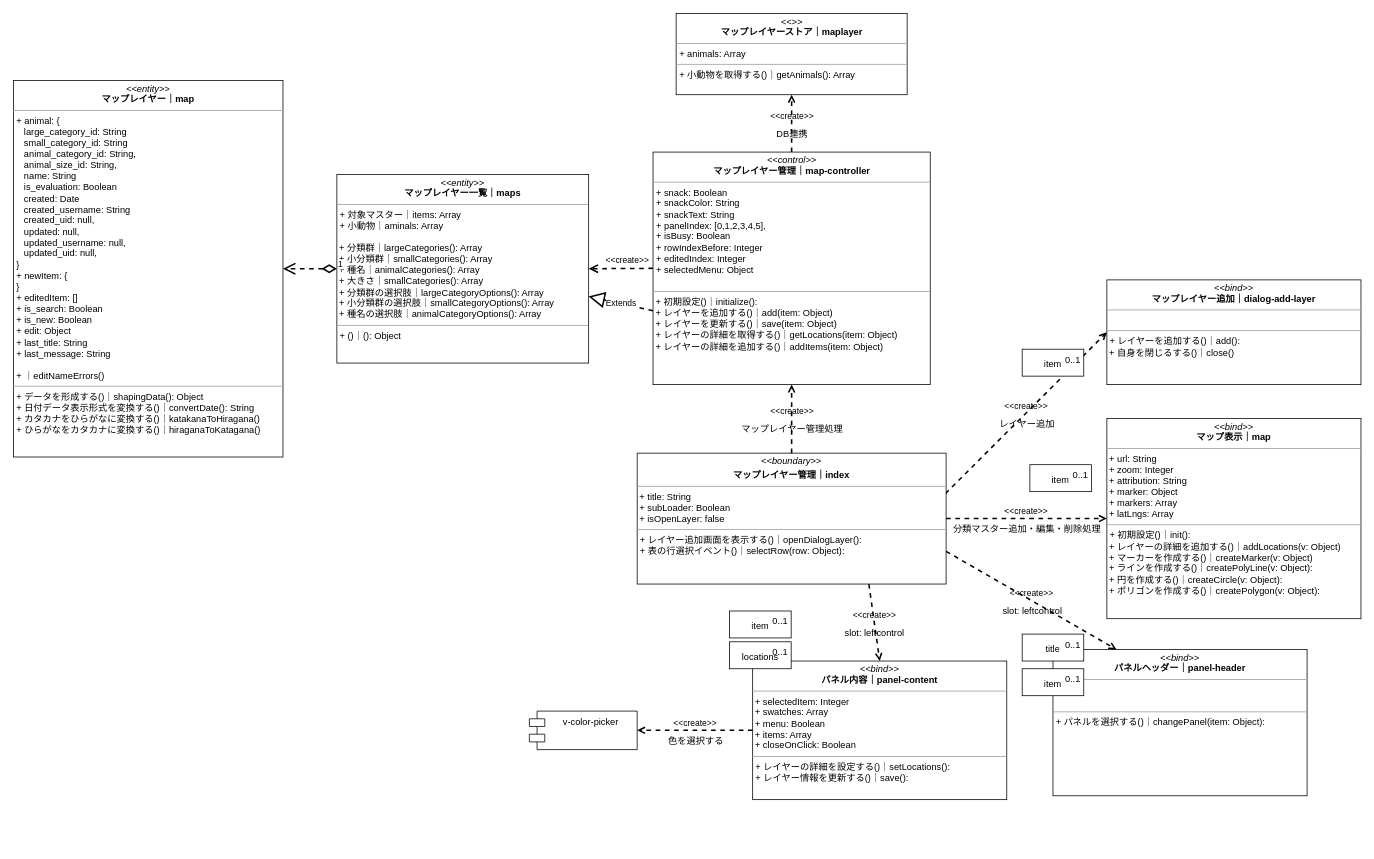
The draw.io diagram iriomote-anymaps.drawio in kaoru387/draw.io, before the edit. Source tidied: cells renumbered, new cells numbered last; positions are measured from the earlier drawing's top-left corner, leaving out a move shared by most shapes. Both pictures are drawn from the tidied source at 77%, with x=0, y=0 at pixel (13, 13).
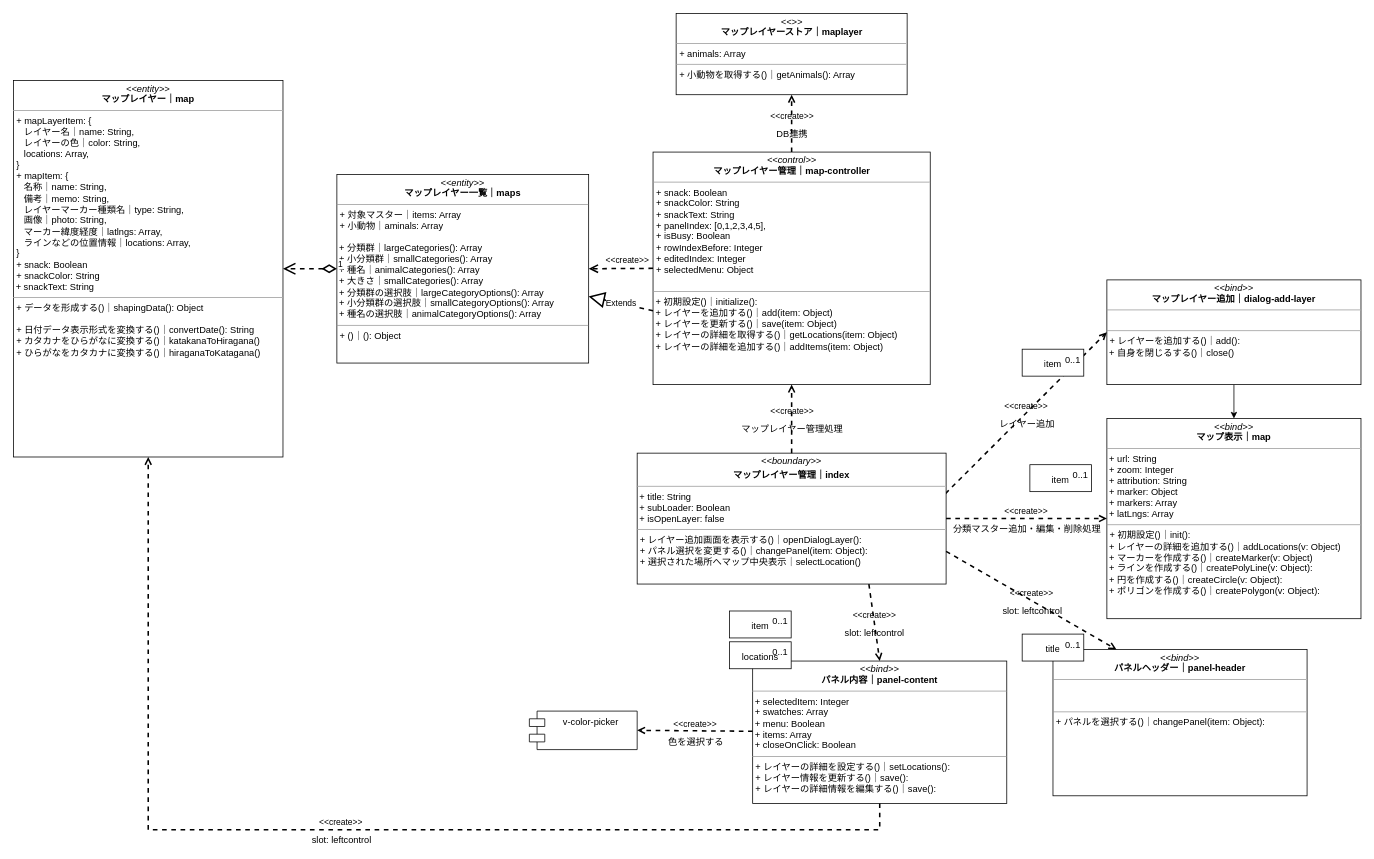
After the change.

Commit message (it also covers changes not shown here):
iriomote-anymaps.drawio を更新します

Unchanged cells that the change refers to:
```xml
<mxCell id="5" value="&lt;p style=&quot;margin:0px;margin-top:4px;text-align:center;&quot;&gt;&lt;i&gt;&amp;lt;&amp;lt;bind&amp;gt;&amp;gt;&lt;/i&gt;&lt;br&gt;&lt;b&gt;マップレイヤー追加｜&lt;/b&gt;&lt;b style=&quot;background-color: initial;&quot;&gt;dialog-add-layer&lt;/b&gt;&lt;/p&gt;&lt;hr size=&quot;1&quot;&gt;&lt;div&gt;&lt;/div&gt;&lt;br&gt;&lt;hr size=&quot;1&quot;&gt;&lt;p style=&quot;margin:0px;margin-left:4px;&quot;&gt;+ レイヤーを追加する()｜add():&amp;nbsp;&lt;/p&gt;&amp;nbsp;+ 自身を閉じるする()｜close()" style="verticalAlign=top;align=left;overflow=fill;fontSize=12;fontFamily=Helvetica;html=1;" parent="1" vertex="1">
  <mxGeometry x="1420" y="346" width="330" height="136" as="geometry" />
</mxCell>
<mxCell id="8" value="&lt;p style=&quot;margin:0px;margin-top:4px;text-align:center;&quot;&gt;&lt;i&gt;&amp;lt;&amp;lt;bind&amp;gt;&amp;gt;&lt;/i&gt;&lt;br&gt;&lt;b&gt;マップ表示｜&lt;/b&gt;&lt;b style=&quot;background-color: initial;&quot;&gt;map&lt;/b&gt;&lt;/p&gt;&lt;hr size=&quot;1&quot;&gt;&lt;div&gt;&lt;span style=&quot;background-color: initial;&quot;&gt;&amp;nbsp;+ url: String&lt;/span&gt;&lt;/div&gt;&lt;div&gt;&amp;nbsp;+ zoom: Integer&lt;/div&gt;&amp;nbsp;+&amp;nbsp;&lt;span style=&quot;background-color: initial;&quot;&gt;attribution: String&lt;/span&gt;&lt;br&gt;&amp;nbsp;+&amp;nbsp;&lt;span style=&quot;background-color: initial;&quot;&gt;marker: Object&lt;/span&gt;&lt;br&gt;&amp;nbsp;+&amp;nbsp;&lt;span style=&quot;background-color: initial;&quot;&gt;markers: Array&lt;/span&gt;&lt;br&gt;&amp;nbsp;+&amp;nbsp;&lt;span style=&quot;background-color: initial;&quot;&gt;latLngs: Array&lt;/span&gt;&lt;br&gt;&lt;hr size=&quot;1&quot;&gt;&lt;p style=&quot;margin:0px;margin-left:4px;&quot;&gt;+ 初期設定()｜init():&amp;nbsp;&lt;/p&gt;&amp;nbsp;+ レイヤーの詳細を追加する()｜addLocations(v: Object)&lt;br&gt;&amp;nbsp;+ マーカーを作成する()｜createMarker(v: Object)&lt;br&gt;&amp;nbsp;+ ラインを作成する()｜createPolyLine(v: Object):&amp;nbsp;&lt;br&gt;&amp;nbsp;+ 円を作成する()｜createCircle(v: Object):&amp;nbsp;&lt;br&gt;&amp;nbsp;+ ポリゴンを作成する()｜createPolygon(v: Object):&amp;nbsp;" style="verticalAlign=top;align=left;overflow=fill;fontSize=12;fontFamily=Helvetica;html=1;" parent="1" vertex="1">
  <mxGeometry x="1420" y="526" width="330" height="260" as="geometry" />
</mxCell>
```

Change to the diagram source:
```diff
@@
-    <mxCell id="3" value="&lt;p style=&quot;margin:0px;margin-top:4px;text-align:center;&quot;&gt;&lt;i&gt;&amp;lt;&amp;lt;entity&amp;gt;&amp;gt;&lt;/i&gt;&lt;br&gt;&lt;b&gt;マップレイヤー｜map&lt;/b&gt;&lt;/p&gt;&lt;hr size=&quot;1&quot;&gt;&lt;p style=&quot;margin:0px;margin-left:4px;&quot;&gt;&lt;span style=&quot;background-color: initial;&quot;&gt;+ animal: {&amp;nbsp;&lt;/span&gt;&lt;/p&gt;&lt;p style=&quot;margin:0px;margin-left:4px;&quot;&gt;&amp;nbsp; &amp;nbsp;large_category_id: String&lt;/p&gt;&lt;p style=&quot;margin:0px;margin-left:4px;&quot;&gt;&amp;nbsp; &amp;nbsp;small_category_id: String&lt;/p&gt;&lt;p style=&quot;margin:0px;margin-left:4px;&quot;&gt;&amp;nbsp; &amp;nbsp;animal_category_id: String,&lt;/p&gt;&lt;p style=&quot;margin:0px;margin-left:4px;&quot;&gt;&amp;nbsp; &amp;nbsp;animal_size_id: String,&lt;/p&gt;&lt;p style=&quot;margin:0px;margin-left:4px;&quot;&gt;&amp;nbsp; &amp;nbsp;name: String&lt;/p&gt;&lt;p style=&quot;margin:0px;margin-left:4px;&quot;&gt;&lt;span style=&quot;background-color: initial;&quot;&gt;&amp;nbsp; &amp;nbsp;is_evaluation: Boolean&lt;/span&gt;&lt;br&gt;&lt;/p&gt;&lt;p style=&quot;margin:0px;margin-left:4px;&quot;&gt;&amp;nbsp; &amp;nbsp;created: Date&lt;/p&gt;&lt;p style=&quot;margin:0px;margin-left:4px;&quot;&gt;&amp;nbsp; &amp;nbsp;created_username: String&lt;/p&gt;&lt;p style=&quot;margin:0px;margin-left:4px;&quot;&gt;&amp;nbsp; &amp;nbsp;created_uid: null,&lt;/p&gt;&lt;p style=&quot;margin:0px;margin-left:4px;&quot;&gt;&amp;nbsp; &amp;nbsp;updated: null,&lt;/p&gt;&lt;p style=&quot;margin:0px;margin-left:4px;&quot;&gt;&amp;nbsp; &amp;nbsp;updated_username: null,&lt;/p&gt;&lt;p style=&quot;margin:0px;margin-left:4px;&quot;&gt;&amp;nbsp; &amp;nbsp;updated_uid: null,&lt;/p&gt;&lt;p style=&quot;margin:0px;margin-left:4px;&quot;&gt;}&lt;/p&gt;&lt;p style=&quot;margin: 0px 0px 0px 4px;&quot;&gt;+&amp;nbsp;newItem: {&lt;/p&gt;&lt;p style=&quot;margin: 0px 0px 0px 4px;&quot;&gt;}&lt;/p&gt;&lt;p style=&quot;margin: 0px 0px 0px 4px;&quot;&gt;&lt;span style=&quot;background-color: initial;&quot;&gt;+ editedItem: []&lt;/span&gt;&lt;/p&gt;&lt;p style=&quot;margin: 0px 0px 0px 4px;&quot;&gt;+&amp;nbsp;is_search: Boolean&lt;/p&gt;&lt;p style=&quot;margin: 0px 0px 0px 4px;&quot;&gt;+&amp;nbsp;is_new: Boolean&lt;br&gt;&lt;/p&gt;&lt;p style=&quot;margin: 0px 0px 0px 4px;&quot;&gt;+&amp;nbsp;edit: Object&lt;br&gt;&lt;/p&gt;&lt;p style=&quot;margin: 0px 0px 0px 4px;&quot;&gt;+&amp;nbsp;last_title: String&lt;/p&gt;&lt;p style=&quot;margin: 0px 0px 0px 4px;&quot;&gt;+&amp;nbsp;last_message: String&lt;/p&gt;&lt;p style=&quot;margin: 0px 0px 0px 4px;&quot;&gt;&lt;br&gt;&lt;/p&gt;&lt;p style=&quot;margin: 0px 0px 0px 4px;&quot;&gt;+ ｜editNameErrors()&lt;/p&gt;&lt;hr size=&quot;1&quot;&gt;&lt;p style=&quot;margin:0px;margin-left:4px;&quot;&gt;+ データを形成する()｜shapingData(): Object&lt;br&gt;&lt;/p&gt;&lt;p style=&quot;margin:0px;margin-left:4px;&quot;&gt;+ 日付データ表示形式を変換する()｜convertDate(): String&lt;br&gt;&lt;/p&gt;&lt;p style=&quot;margin:0px;margin-left:4px;&quot;&gt;+ カタカナをひらがなに変換する()｜katakanaToHiragana()&lt;/p&gt;&lt;p style=&quot;margin:0px;margin-left:4px;&quot;&gt;+ ひらがなをカタカナ&lt;span style=&quot;background-color: initial;&quot;&gt;に変換する()｜hiraganaToKatagana()&lt;/span&gt;&lt;/p&gt;" style="verticalAlign=top;align=left;overflow=fill;fontSize=12;fontFamily=Helvetica;html=1;" parent="1" vertex="1">
+    <mxCell id="3" value="&lt;p style=&quot;margin:0px;margin-top:4px;text-align:center;&quot;&gt;&lt;i&gt;&amp;lt;&amp;lt;entity&amp;gt;&amp;gt;&lt;/i&gt;&lt;br&gt;&lt;b&gt;マップレイヤー｜map&lt;/b&gt;&lt;/p&gt;&lt;hr size=&quot;1&quot;&gt;&lt;p style=&quot;margin:0px;margin-left:4px;&quot;&gt;&lt;span style=&quot;background-color: initial;&quot;&gt;+ mapLayerItem: {&amp;nbsp;&lt;/span&gt;&lt;/p&gt;&lt;p style=&quot;margin:0px;margin-left:4px;&quot;&gt;&lt;span style=&quot;background-color: initial;&quot;&gt;&amp;nbsp; &amp;nbsp;レイヤー名｜name: String,&lt;/span&gt;&lt;br&gt;&lt;/p&gt;&lt;p style=&quot;margin:0px;margin-left:4px;&quot;&gt;&lt;span style=&quot;background-color: initial;&quot;&gt;&amp;nbsp; &amp;nbsp;レイヤーの色｜color: String,&lt;/span&gt;&lt;br&gt;&lt;/p&gt;&lt;p style=&quot;margin:0px;margin-left:4px;&quot;&gt;&lt;span style=&quot;background-color: initial;&quot;&gt;&amp;nbsp; &amp;nbsp;locations: Array,&lt;/span&gt;&lt;br&gt;&lt;/p&gt;&lt;p style=&quot;margin:0px;margin-left:4px;&quot;&gt;}&lt;/p&gt;&lt;p style=&quot;margin: 0px 0px 0px 4px;&quot;&gt;+&amp;nbsp;mapItem: {&lt;/p&gt;&lt;p style=&quot;margin: 0px 0px 0px 4px;&quot;&gt;&amp;nbsp; &amp;nbsp;名称｜name: String,&lt;br&gt;&lt;/p&gt;&lt;p style=&quot;margin: 0px 0px 0px 4px;&quot;&gt;&amp;nbsp; &amp;nbsp;備考｜memo: String,&lt;br&gt;&lt;/p&gt;&lt;p style=&quot;margin: 0px 0px 0px 4px;&quot;&gt;&amp;nbsp; &amp;nbsp;レイヤーマーカー種類名｜type: String,&lt;br&gt;&lt;/p&gt;&lt;p style=&quot;margin: 0px 0px 0px 4px;&quot;&gt;&amp;nbsp; &amp;nbsp;画像｜photo: String,&lt;br&gt;&lt;/p&gt;&lt;p style=&quot;margin: 0px 0px 0px 4px;&quot;&gt;&amp;nbsp; &amp;nbsp;マーカー緯度経度｜latlngs: Array,&lt;br&gt;&lt;/p&gt;&lt;p style=&quot;margin: 0px 0px 0px 4px;&quot;&gt;&amp;nbsp; &amp;nbsp;ラインなどの位置情報｜locations: Array,&lt;br&gt;&lt;/p&gt;&lt;p style=&quot;margin: 0px 0px 0px 4px;&quot;&gt;}&lt;/p&gt;&lt;p style=&quot;margin: 0px 0px 0px 4px;&quot;&gt;&lt;span style=&quot;background-color: initial;&quot;&gt;+&amp;nbsp;snack: Boolean&lt;/span&gt;&lt;br&gt;&lt;/p&gt;&lt;p style=&quot;margin: 0px 0px 0px 4px;&quot;&gt;+&amp;nbsp;snackColor: String&lt;span style=&quot;background-color: initial;&quot;&gt;&lt;br&gt;&lt;/span&gt;&lt;/p&gt;&amp;nbsp;+&amp;nbsp;snackText&lt;span style=&quot;background-color: initial;&quot;&gt;: String&lt;/span&gt;&lt;br&gt;&lt;hr size=&quot;1&quot;&gt;&lt;p style=&quot;margin:0px;margin-left:4px;&quot;&gt;+ データを形成する()｜shapingData(): Object&lt;br&gt;&lt;/p&gt;&lt;p style=&quot;margin:0px;margin-left:4px;&quot;&gt;&lt;br&gt;&lt;/p&gt;&lt;p style=&quot;margin:0px;margin-left:4px;&quot;&gt;+ 日付データ表示形式を変換する()｜convertDate(): String&lt;br&gt;&lt;/p&gt;&lt;p style=&quot;margin:0px;margin-left:4px;&quot;&gt;+ カタカナをひらがなに変換する()｜katakanaToHiragana()&lt;/p&gt;&lt;p style=&quot;margin:0px;margin-left:4px;&quot;&gt;+ ひらがなをカタカナ&lt;span style=&quot;background-color: initial;&quot;&gt;に変換する()｜hiraganaToKatagana()&lt;/span&gt;&lt;/p&gt;" style="verticalAlign=top;align=left;overflow=fill;fontSize=12;fontFamily=Helvetica;html=1;" parent="1" vertex="1">
       <mxGeometry y="87" width="350" height="489" as="geometry" />
     </mxCell>
@@
+    <mxCell id="41" style="edgeStyle=orthogonalEdgeStyle;rounded=0;jettySize=auto;html=1;" parent="1" edge="1" source="5" target="8">
+      <mxGeometry relative="1" as="geometry" />
+    </mxCell>
@@
-    <mxCell id="9" value="&lt;p style=&quot;margin:0px;margin-top:4px;text-align:center;&quot;&gt;&lt;i&gt;&amp;lt;&amp;lt;boundary&amp;gt;&amp;gt;&lt;/i&gt;&lt;b&gt;&lt;br&gt;&lt;/b&gt;&lt;/p&gt;&lt;p style=&quot;margin:0px;margin-top:4px;text-align:center;&quot;&gt;&lt;b&gt;マップレイヤー管理｜index&lt;/b&gt;&lt;/p&gt;&lt;hr size=&quot;1&quot;&gt;&lt;div&gt;&amp;nbsp;+ title: String&lt;/div&gt;&lt;div&gt;&lt;span style=&quot;background-color: initial;&quot;&gt;&amp;nbsp;+ subLoader: Boolean&lt;/span&gt;&lt;/div&gt;&lt;div&gt;&lt;span style=&quot;background-color: initial;&quot;&gt;&amp;nbsp;+ isOpenLayer: false&lt;/span&gt;&lt;/div&gt;&lt;hr size=&quot;1&quot;&gt;&lt;p style=&quot;margin:0px;margin-left:4px;&quot;&gt;+ レイヤー追加画面を表示する()｜openDialogLayer():&amp;nbsp;&lt;span style=&quot;background-color: initial;&quot;&gt;&lt;br&gt;&lt;/span&gt;&lt;/p&gt;&lt;p style=&quot;margin:0px;margin-left:4px;&quot;&gt;+ 表の行選択イベント()｜selectRow(row: Object):&amp;nbsp;&lt;br&gt;&lt;/p&gt;&lt;p style=&quot;margin:0px;margin-left:4px;&quot;&gt;&lt;/p&gt;" style="verticalAlign=top;align=left;overflow=fill;fontSize=12;fontFamily=Helvetica;html=1;" parent="1" vertex="1">
+    <mxCell id="9" value="&lt;p style=&quot;margin:0px;margin-top:4px;text-align:center;&quot;&gt;&lt;i&gt;&amp;lt;&amp;lt;boundary&amp;gt;&amp;gt;&lt;/i&gt;&lt;b&gt;&lt;br&gt;&lt;/b&gt;&lt;/p&gt;&lt;p style=&quot;margin:0px;margin-top:4px;text-align:center;&quot;&gt;&lt;b&gt;マップレイヤー管理｜index&lt;/b&gt;&lt;/p&gt;&lt;hr size=&quot;1&quot;&gt;&lt;div&gt;&amp;nbsp;+ title: String&lt;/div&gt;&lt;div&gt;&lt;span style=&quot;background-color: initial;&quot;&gt;&amp;nbsp;+ subLoader: Boolean&lt;/span&gt;&lt;/div&gt;&lt;div&gt;&lt;span style=&quot;background-color: initial;&quot;&gt;&amp;nbsp;+ isOpenLayer: false&lt;/span&gt;&lt;/div&gt;&lt;hr size=&quot;1&quot;&gt;&lt;p style=&quot;margin:0px;margin-left:4px;&quot;&gt;+ レイヤー追加画面を表示する()｜openDialogLayer():&amp;nbsp;&lt;span style=&quot;background-color: initial;&quot;&gt;&lt;br&gt;&lt;/span&gt;&lt;/p&gt;&lt;p style=&quot;margin:0px;margin-left:4px;&quot;&gt;+ パネル選択を変更する()｜changePanel(item: Object):&amp;nbsp;&lt;br&gt;&lt;/p&gt;&lt;p style=&quot;margin:0px;margin-left:4px;&quot;&gt;+ 選択された場所へマップ中央表示｜selectLocation()&lt;/p&gt;&lt;p style=&quot;margin:0px;margin-left:4px;&quot;&gt;&lt;/p&gt;" style="verticalAlign=top;align=left;overflow=fill;fontSize=12;fontFamily=Helvetica;html=1;" parent="1" vertex="1">
       <mxGeometry x="810" y="571" width="401.2" height="170" as="geometry" />
     </mxCell>
@@
-    <mxCell id="21" value="&lt;p style=&quot;margin:0px;margin-top:4px;text-align:center;&quot;&gt;&lt;i&gt;&amp;lt;&amp;lt;bind&amp;gt;&amp;gt;&lt;/i&gt;&lt;br&gt;&lt;b&gt;パネル内容｜&lt;/b&gt;&lt;b style=&quot;background-color: initial;&quot;&gt;panel-content&lt;/b&gt;&lt;/p&gt;&lt;hr size=&quot;1&quot;&gt;&lt;div&gt;&lt;span style=&quot;background-color: initial;&quot;&gt;&amp;nbsp;+ selectedItem: Integer&lt;/span&gt;&lt;/div&gt;&lt;div&gt;&lt;span style=&quot;background-color: initial;&quot;&gt;&amp;nbsp;+ swatches: Array&lt;/span&gt;&lt;/div&gt;&amp;nbsp;+ menu: Boolean&lt;br&gt;&amp;nbsp;+ items: Array&lt;br&gt;&amp;nbsp;+&amp;nbsp;closeOnClick: Boolean&lt;br&gt;&lt;hr size=&quot;1&quot;&gt;&lt;p style=&quot;margin:0px;margin-left:4px;&quot;&gt;&lt;span style=&quot;background-color: initial;&quot;&gt;+ レイヤーの詳細を設定する()｜&lt;/span&gt;setLocations&lt;span style=&quot;background-color: initial;&quot;&gt;():&amp;nbsp;&lt;/span&gt;&lt;br&gt;&lt;/p&gt;&lt;p style=&quot;margin:0px;margin-left:4px;&quot;&gt;+ レイヤー情報を更新する()｜save():&amp;nbsp;&lt;span style=&quot;background-color: initial;&quot;&gt;&lt;br&gt;&lt;/span&gt;&lt;/p&gt;&lt;p style=&quot;margin:0px;margin-left:4px;&quot;&gt;&lt;span style=&quot;background-color: initial;&quot;&gt;&lt;br&gt;&lt;/span&gt;&lt;/p&gt;" style="verticalAlign=top;align=left;overflow=fill;fontSize=12;fontFamily=Helvetica;html=1;" parent="1" vertex="1">
-      <mxGeometry x="960" y="841" width="330" height="180" as="geometry" />
+    <mxCell id="21" value="&lt;p style=&quot;margin:0px;margin-top:4px;text-align:center;&quot;&gt;&lt;i&gt;&amp;lt;&amp;lt;bind&amp;gt;&amp;gt;&lt;/i&gt;&lt;br&gt;&lt;b&gt;パネル内容｜&lt;/b&gt;&lt;b style=&quot;background-color: initial;&quot;&gt;panel-content&lt;/b&gt;&lt;/p&gt;&lt;hr size=&quot;1&quot;&gt;&lt;div&gt;&lt;span style=&quot;background-color: initial;&quot;&gt;&amp;nbsp;+ selectedItem: Integer&lt;/span&gt;&lt;/div&gt;&lt;div&gt;&lt;span style=&quot;background-color: initial;&quot;&gt;&amp;nbsp;+ swatches: Array&lt;/span&gt;&lt;/div&gt;&amp;nbsp;+ menu: Boolean&lt;br&gt;&amp;nbsp;+ items: Array&lt;br&gt;&amp;nbsp;+&amp;nbsp;closeOnClick: Boolean&lt;br&gt;&lt;hr size=&quot;1&quot;&gt;&lt;p style=&quot;margin:0px;margin-left:4px;&quot;&gt;&lt;span style=&quot;background-color: initial;&quot;&gt;+ レイヤーの詳細を設定する()｜&lt;/span&gt;setLocations&lt;span style=&quot;background-color: initial;&quot;&gt;():&amp;nbsp;&lt;/span&gt;&lt;br&gt;&lt;/p&gt;&lt;p style=&quot;margin:0px;margin-left:4px;&quot;&gt;+ レイヤー情報を更新する()｜save():&amp;nbsp;&lt;span style=&quot;background-color: initial;&quot;&gt;&lt;br&gt;&lt;/span&gt;&lt;/p&gt;&lt;p style=&quot;margin:0px;margin-left:4px;&quot;&gt;+ レイヤーの詳細情報を編集する()｜save():&amp;nbsp;&lt;span style=&quot;background-color: initial;&quot;&gt;&lt;br&gt;&lt;/span&gt;&lt;/p&gt;" style="verticalAlign=top;align=left;overflow=fill;fontSize=12;fontFamily=Helvetica;html=1;" parent="1" vertex="1">
+      <mxGeometry x="960" y="841" width="330" height="185" as="geometry" />
     </mxCell>
@@
-    <mxCell id="37" value="0..1" style="align=right;verticalAlign=top;spacingRight=2;" parent="1" vertex="1">
-      <mxGeometry x="1310" y="851" width="80" height="35" as="geometry" />
-    </mxCell>
-    <mxCell id="38" value="item" style="text;html=1;strokeColor=none;fillColor=none;align=center;verticalAlign=middle;spacingLeft=4;spacingRight=4;overflow=hidden;" parent="37" vertex="1">
-      <mxGeometry y="1" width="80" height="30" relative="1" as="geometry">
-        <mxPoint y="-30" as="offset" />
-      </mxGeometry>
-    </mxCell>
@@
+    <mxCell id="42" value="&amp;lt;&amp;lt;create&amp;gt;&amp;gt;" style="endArrow=open;html=1;rounded=0;align=center;verticalAlign=bottom;dashed=1;endFill=0;labelBackgroundColor=none;fontColor=#000000;startSize=22;endSize=6;sourcePerimeterSpacing=0;targetPerimeterSpacing=0;strokeWidth=2;jumpSize=6;entryX=0.5;entryY=1;entryDx=0;entryDy=0;exitX=0.5;exitY=1;exitDx=0;exitDy=0;edgeStyle=orthogonalEdgeStyle;" parent="1" edge="1" source="21" target="3">
+      <mxGeometry relative="1" as="geometry">
+        <Array as="points">
+          <mxPoint x="1125" y="1060" />
+          <mxPoint x="175" y="1060" />
+        </Array>
+      </mxGeometry>
+    </mxCell>
+    <mxCell id="43" value="slot:&amp;nbsp;leftcontrol" style="html=1;align=center;verticalAlign=top;labelBackgroundColor=none;fontColor=#000000;" parent="42" vertex="1">
+      <mxGeometry relative="1" as="geometry" />
+    </mxCell>
```
